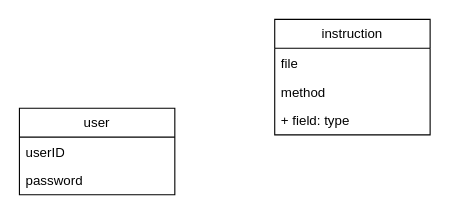
Above: WorkShop2.drawio in Unimelb-SWEN30006-2023/2023-s2-workshop1-practicegithub2-wed13-00-team7 (draw.io), before the change. Source tidied: cells renumbered, new cells numbered last; positions are measured from the earlier drawing's top-left corner, leaving out a move shared by most shapes. Both pictures are drawn from the tidied source at 111%, with x=0, y=0 at pixel (19, 19).
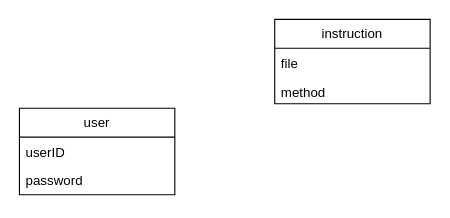
After the change.

What changed in the source:
```diff
@@
 <mxGraphModel>
   <root>
     <mxCell id="0" />
     <mxCell id="1" parent="0" />
     <mxCell id="2" value="user" style="swimlane;fontStyle=0;horizontal=1;startSize=26;fillColor=none;whiteSpace=wrap;html=1;" parent="1" vertex="1">
       <mxGeometry y="80" width="140" height="78" as="geometry" />
     </mxCell>
     <mxCell id="3" value="userID" style="text;strokeColor=none;fillColor=none;align=left;verticalAlign=top;spacingLeft=4;spacingRight=4;overflow=hidden;whiteSpace=wrap;html=1;" parent="2" vertex="1">
       <mxGeometry y="26" width="140" height="26" as="geometry" />
     </mxCell>
     <mxCell id="4" value="password" style="text;strokeColor=none;fillColor=none;align=left;verticalAlign=top;spacingLeft=4;spacingRight=4;overflow=hidden;whiteSpace=wrap;html=1;" parent="2" vertex="1">
       <mxGeometry y="52" width="140" height="26" as="geometry" />
     </mxCell>
     <mxCell id="5" value="instruction" style="swimlane;fontStyle=0;horizontal=1;startSize=26;fillColor=none;whiteSpace=wrap;html=1;" parent="1" vertex="1">
-      <mxGeometry x="230" width="140" height="104" as="geometry" />
+      <mxGeometry x="230" width="140" height="76" as="geometry" />
     </mxCell>
     <mxCell id="6" value="file" style="text;strokeColor=none;fillColor=none;align=left;verticalAlign=top;spacingLeft=4;spacingRight=4;overflow=hidden;whiteSpace=wrap;html=1;" parent="5" vertex="1">
       <mxGeometry y="26" width="140" height="26" as="geometry" />
     </mxCell>
-    <mxCell id="7" value="method&lt;br&gt;" style="text;strokeColor=none;fillColor=none;align=left;verticalAlign=top;spacingLeft=4;spacingRight=4;overflow=hidden;whiteSpace=wrap;html=1;" parent="5" vertex="1">
-      <mxGeometry y="52" width="140" height="26" as="geometry" />
-    </mxCell>
-    <mxCell id="8" value="+ field: type" style="text;strokeColor=none;fillColor=none;align=left;verticalAlign=top;spacingLeft=4;spacingRight=4;overflow=hidden;whiteSpace=wrap;html=1;" parent="5" vertex="1">
-      <mxGeometry y="78" width="140" height="26" as="geometry" />
+    <mxCell id="8" value="method&amp;nbsp;" style="text;strokeColor=none;fillColor=none;align=left;verticalAlign=top;spacingLeft=4;spacingRight=4;overflow=hidden;whiteSpace=wrap;html=1;" parent="5" vertex="1">
+      <mxGeometry y="52" width="140" height="24" as="geometry" />
     </mxCell>
   </root>
 </mxGraphModel>
```
